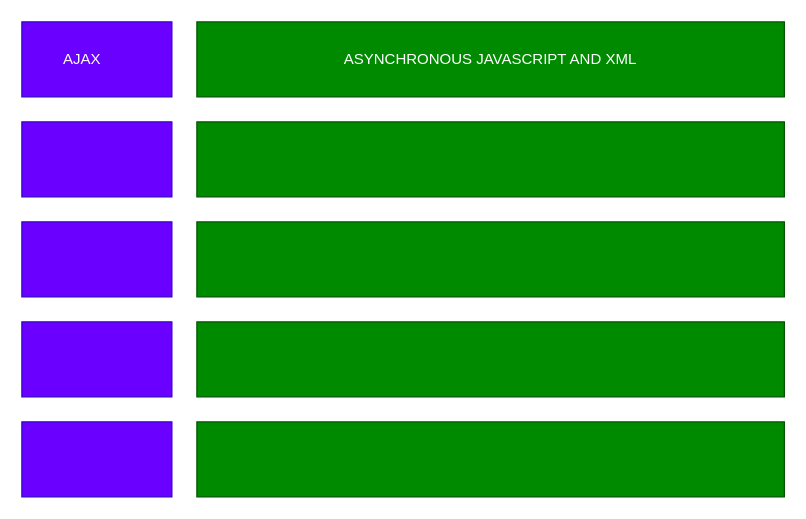
This is page "TERMINOLOGY" (4 of 5) of drawings/summary and progress.drawio from ASCBLR07JUL2025GIT-HUB-ORG/ASCBLR07JUL2025GIT-REPO, a draw.io file, before an edit. Source tidied: cells renumbered, new cells numbered last; positions are measured from the earlier drawing's top-left corner, leaving out a move shared by most shapes. Both pictures are drawn from the tidied source at 125%, with x=0, y=0 at pixel (21, 21).
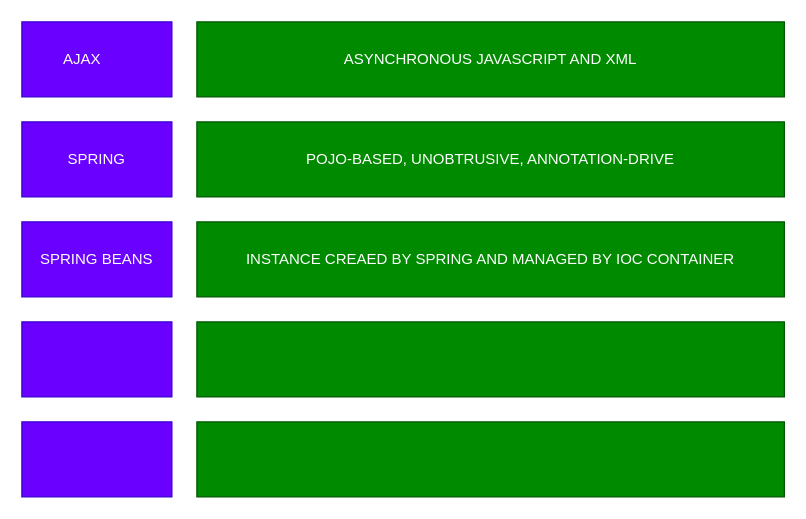
The same diagram, later.

What changed in the source:
```diff
@@
 <mxGraphModel>
   <root>
     <mxCell id="0" />
     <mxCell id="1" parent="0" />
     <mxCell id="2" value="AJAX&lt;span style=&quot;white-space: pre;&quot;&gt;&#9;&lt;/span&gt;" style="rounded=0;whiteSpace=wrap;html=1;fillColor=#6a00ff;fontColor=#ffffff;strokeColor=#3700CC;" parent="1" vertex="1">
       <mxGeometry width="120" height="60" as="geometry" />
     </mxCell>
     <mxCell id="3" value="ASYNCHRONOUS JAVASCRIPT AND XML" style="rounded=0;whiteSpace=wrap;html=1;fillColor=#008a00;fontColor=#ffffff;strokeColor=#005700;" parent="1" vertex="1">
       <mxGeometry x="140" width="470" height="60" as="geometry" />
     </mxCell>
-    <mxCell id="4" style="rounded=0;whiteSpace=wrap;html=1;fillColor=#6a00ff;fontColor=#ffffff;strokeColor=#3700CC;" parent="1" vertex="1">
+    <mxCell id="4" value="SPRING" style="rounded=0;whiteSpace=wrap;html=1;fillColor=#6a00ff;fontColor=#ffffff;strokeColor=#3700CC;" parent="1" vertex="1">
       <mxGeometry y="80" width="120" height="60" as="geometry" />
     </mxCell>
-    <mxCell id="5" style="rounded=0;whiteSpace=wrap;html=1;fillColor=#008a00;fontColor=#ffffff;strokeColor=#005700;" parent="1" vertex="1">
+    <mxCell id="5" value="POJO-BASED, UNOBTRUSIVE, ANNOTATION-DRIVE" style="rounded=0;whiteSpace=wrap;html=1;fillColor=#008a00;fontColor=#ffffff;strokeColor=#005700;" parent="1" vertex="1">
       <mxGeometry x="140" y="80" width="470" height="60" as="geometry" />
     </mxCell>
-    <mxCell id="6" style="rounded=0;whiteSpace=wrap;html=1;fillColor=#6a00ff;fontColor=#ffffff;strokeColor=#3700CC;" parent="1" vertex="1">
+    <mxCell id="6" value="SPRING BEANS" style="rounded=0;whiteSpace=wrap;html=1;fillColor=#6a00ff;fontColor=#ffffff;strokeColor=#3700CC;" parent="1" vertex="1">
       <mxGeometry y="160" width="120" height="60" as="geometry" />
     </mxCell>
-    <mxCell id="7" style="rounded=0;whiteSpace=wrap;html=1;fillColor=#008a00;fontColor=#ffffff;strokeColor=#005700;" parent="1" vertex="1">
+    <mxCell id="7" value="INSTANCE CREAED BY SPRING AND MANAGED BY IOC CONTAINER" style="rounded=0;whiteSpace=wrap;html=1;fillColor=#008a00;fontColor=#ffffff;strokeColor=#005700;" parent="1" vertex="1">
       <mxGeometry x="140" y="160" width="470" height="60" as="geometry" />
     </mxCell>
     <mxCell id="8" style="rounded=0;whiteSpace=wrap;html=1;fillColor=#6a00ff;fontColor=#ffffff;strokeColor=#3700CC;" parent="1" vertex="1">
       <mxGeometry y="240" width="120" height="60" as="geometry" />
     </mxCell>
     <mxCell id="9" style="rounded=0;whiteSpace=wrap;html=1;fillColor=#008a00;fontColor=#ffffff;strokeColor=#005700;" parent="1" vertex="1">
       <mxGeometry x="140" y="240" width="470" height="60" as="geometry" />
     </mxCell>
     <mxCell id="10" style="rounded=0;whiteSpace=wrap;html=1;fillColor=#6a00ff;fontColor=#ffffff;strokeColor=#3700CC;" parent="1" vertex="1">
       <mxGeometry y="320" width="120" height="60" as="geometry" />
     </mxCell>
     <mxCell id="11" style="rounded=0;whiteSpace=wrap;html=1;fillColor=#008a00;fontColor=#ffffff;strokeColor=#005700;" parent="1" vertex="1">
       <mxGeometry x="140" y="320" width="470" height="60" as="geometry" />
     </mxCell>
   </root>
 </mxGraphModel>
```
